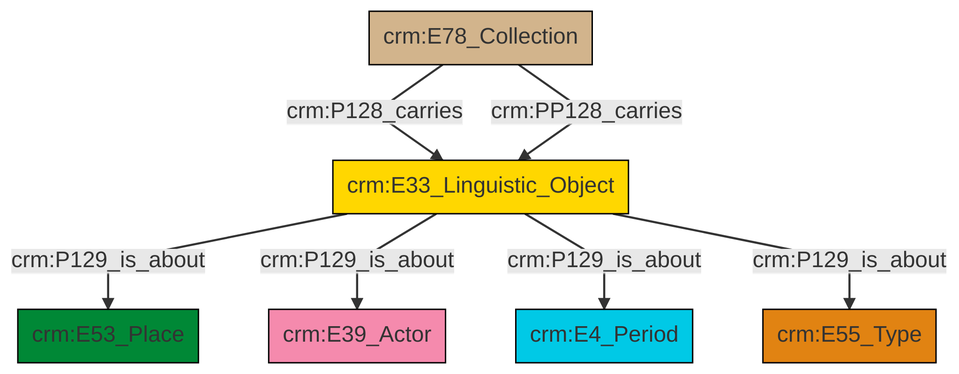
swiss-art-research-net/docs.swissartresearch keeps this Mermaid diagram as et/archivalCSV/ttl/mmd/png/archival_aboutness.png. Above is the earlier version. Its source is kept beside it as et/archivalCSV/ttl/mmd/archival_aboutness.ttl.mmd.
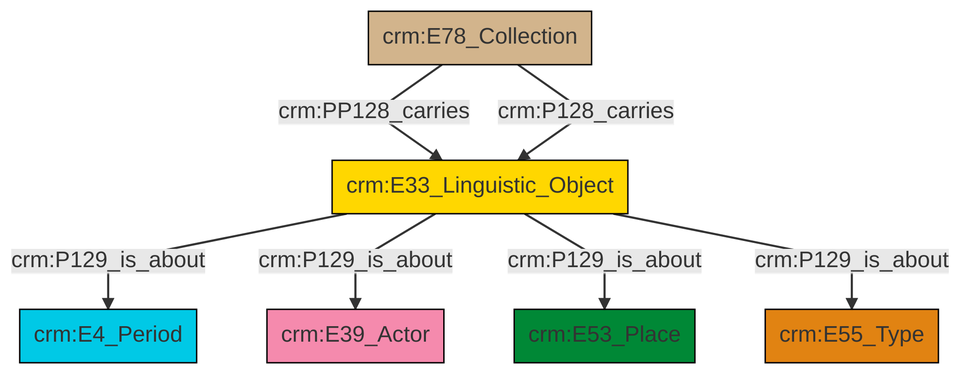
After the change.

The edit, as a diff of the source:
```diff
@@ -13,9 +13,9 @@
 classDef PC_Classes fill:#4ce600, stroke:#000000;
 classDef Multi fill:#cccccc,stroke:#000000;
 
-2["crm:E33_Linguistic_Object"]:::Conceptual_Object -->|crm:P129_is_about| 3["crm:E53_Place"]:::Place
-2["crm:E33_Linguistic_Object"]:::Conceptual_Object -->|crm:P129_is_about| 4["crm:E39_Actor"]:::Actor
-9["crm:E78_Collection"]:::Physical_Thing -->|crm:P128_carries| 2["crm:E33_Linguistic_Object"]:::Conceptual_Object
-9["crm:E78_Collection"]:::Physical_Thing -->|crm:PP128_carries| 2["crm:E33_Linguistic_Object"]:::Conceptual_Object
-2["crm:E33_Linguistic_Object"]:::Conceptual_Object -->|crm:P129_is_about| 7["crm:E4_Period"]:::Temporal_Entity
-2["crm:E33_Linguistic_Object"]:::Conceptual_Object -->|crm:P129_is_about| 0["crm:E55_Type"]:::Type
+2["crm:E33_Linguistic_Object"]:::Conceptual_Object -->|crm:P129_is_about| 0["crm:E4_Period"]:::Temporal_Entity
+2["crm:E33_Linguistic_Object"]:::Conceptual_Object -->|crm:P129_is_about| 6["crm:E39_Actor"]:::Actor
+7["crm:E78_Collection"]:::Physical_Thing -->|crm:PP128_carries| 2["crm:E33_Linguistic_Object"]:::Conceptual_Object
+2["crm:E33_Linguistic_Object"]:::Conceptual_Object -->|crm:P129_is_about| 9["crm:E53_Place"]:::Place
+7["crm:E78_Collection"]:::Physical_Thing -->|crm:P128_carries| 2["crm:E33_Linguistic_Object"]:::Conceptual_Object
+2["crm:E33_Linguistic_Object"]:::Conceptual_Object -->|crm:P129_is_about| 4["crm:E55_Type"]:::Type
```
